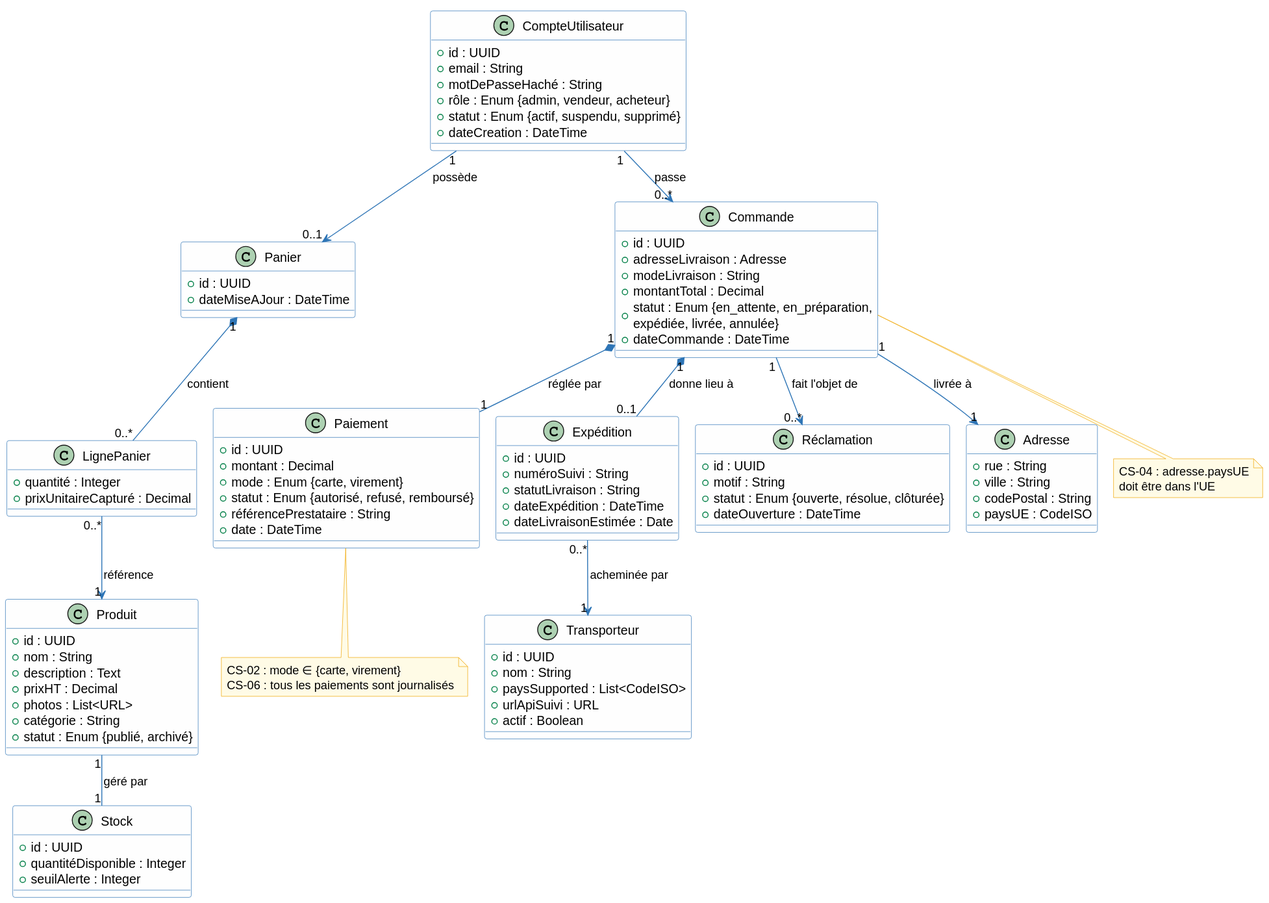
This is architecture/02-system-analysis/diagrams/sa-classes.svg from louistalvande/online_shop, a PlantUML export, as it was before one commit. Source of this version:
```plantuml
@startuml
skinparam classBackgroundColor #FEFEFE
skinparam classBorderColor #2E75B6
skinparam arrowColor #2E75B6
skinparam noteBackgroundColor #FFFBE6
skinparam noteBorderColor #F0A500

class CompteUtilisateur {
  + id : UUID
  + email : String
  + motDePasseHaché : String
  + rôle : Enum {admin, vendeur, acheteur}
  + statut : Enum {actif, suspendu, supprimé}
  + dateCreation : DateTime
}

class Produit {
  + id : UUID
  + nom : String
  + description : Text
  + prixHT : Decimal
  + photos : List<URL>
  + catégorie : String
  + statut : Enum {publié, archivé}
}

class Stock {
  + id : UUID
  + quantitéDisponible : Integer
  + seuilAlerte : Integer
}

class Panier {
  + id : UUID
  + dateMiseAJour : DateTime
}

class LignePanier {
  + quantité : Integer
  + prixUnitaireCapturé : Decimal
}

class Commande {
  + id : UUID
  + adresseLivraison : Adresse
  + modeLivraison : String
  + montantTotal : Decimal
  + statut : Enum {en_attente, en_préparation,\nexpédiée, livrée, annulée}
  + dateCommande : DateTime
}

class Paiement {
  + id : UUID
  + montant : Decimal
  + mode : Enum {carte, virement}
  + statut : Enum {autorisé, refusé, remboursé}
  + référencePrestataire : String
  + date : DateTime
}

class Expédition {
  + id : UUID
  + numéroSuivi : String
  + statutLivraison : String
  + dateExpédition : DateTime
  + dateLivraisonEstimée : Date
}

class Transporteur {
  + id : UUID
  + nom : String
  + paysSupported : List<CodeISO>
  + urlApiSuivi : URL
  + actif : Boolean
}

class Réclamation {
  + id : UUID
  + motif : String
  + statut : Enum {ouverte, résolue, clôturée}
  + dateOuverture : DateTime
}

class Adresse {
  + rue : String
  + ville : String
  + codePostal : String
  + paysUE : CodeISO
}

CompteUtilisateur "1" --> "0..1" Panier : possède
CompteUtilisateur "1" --> "0..*" Commande : passe
Panier "1" *-- "0..*" LignePanier : contient
LignePanier "0..*" --> "1" Produit : référence
Produit "1" -- "1" Stock : géré par
Commande "1" *-- "1" Paiement : réglée par
Commande "1" *-- "0..1" Expédition : donne lieu à
Commande "1" --> "0..*" Réclamation : fait l'objet de
Commande "1" --> "1" Adresse : livrée à
Expédition "0..*" --> "1" Transporteur : acheminée par

note bottom of Commande
  CS-04 : adresse.paysUE
  doit être dans l'UE
end note

note bottom of Paiement
  CS-02 : mode ∈ {carte, virement}
  CS-06 : tous les paiements sont journalisés
end note
@enduml
```
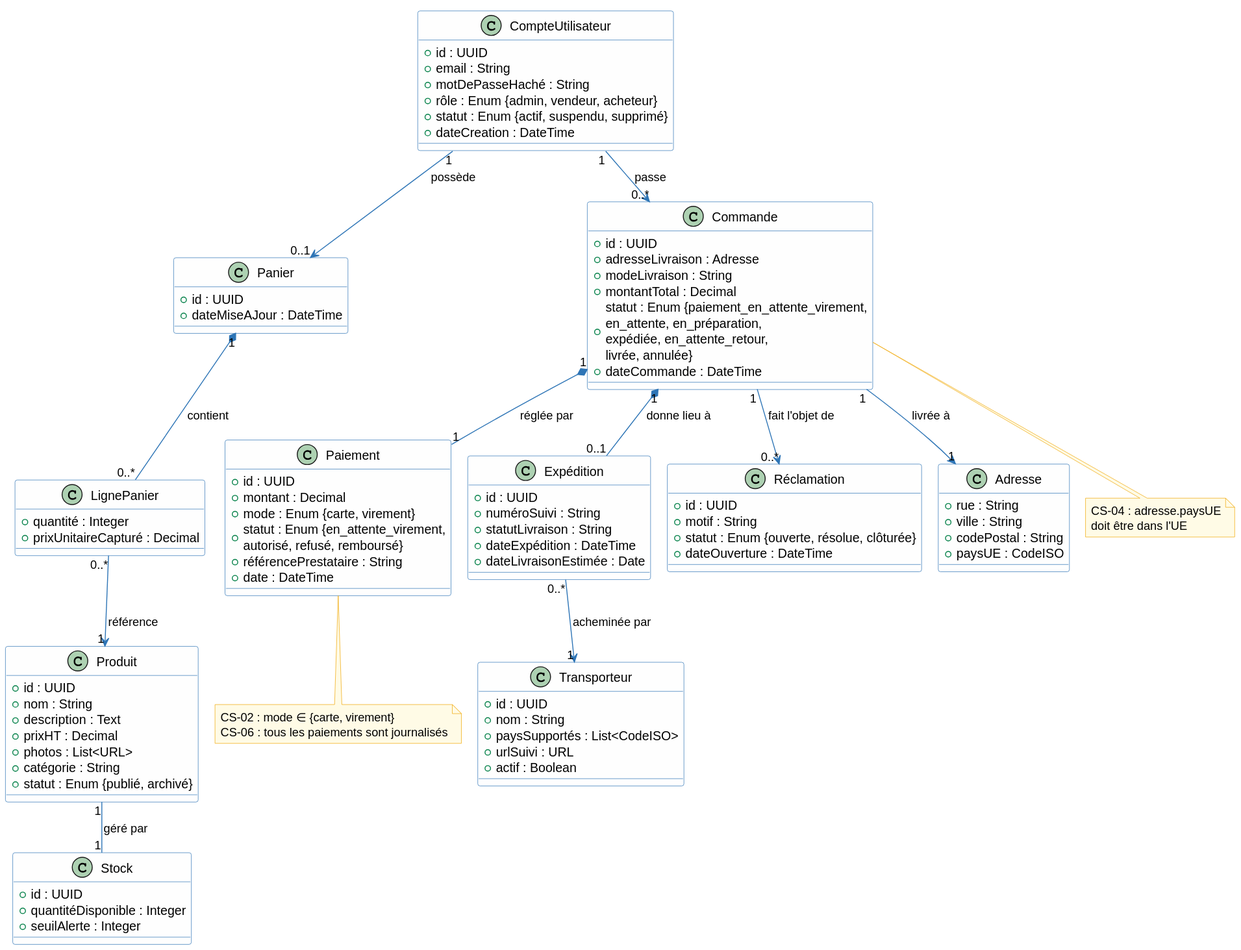
Later version of the same file.

Diff of the diagram source:
```diff
@@ -45,7 +45,7 @@
   + adresseLivraison : Adresse
   + modeLivraison : String
   + montantTotal : Decimal
-  + statut : Enum {en_attente, en_préparation,\nexpédiée, livrée, annulée}
+  + statut : Enum {paiement_en_attente_virement,\nen_attente, en_préparation,\nexpédiée, en_attente_retour,\nlivrée, annulée}
   + dateCommande : DateTime
 }
 
@@ -53,7 +53,7 @@
   + id : UUID
   + montant : Decimal
   + mode : Enum {carte, virement}
-  + statut : Enum {autorisé, refusé, remboursé}
+  + statut : Enum {en_attente_virement,\nautorisé, refusé, remboursé}
   + référencePrestataire : String
   + date : DateTime
 }
@@ -69,8 +69,8 @@
 class Transporteur {
   + id : UUID
   + nom : String
-  + paysSupported : List<CodeISO>
-  + urlApiSuivi : URL
+  + paysSupportés : List<CodeISO>
+  + urlSuivi : URL
   + actif : Boolean
 }
 
```
